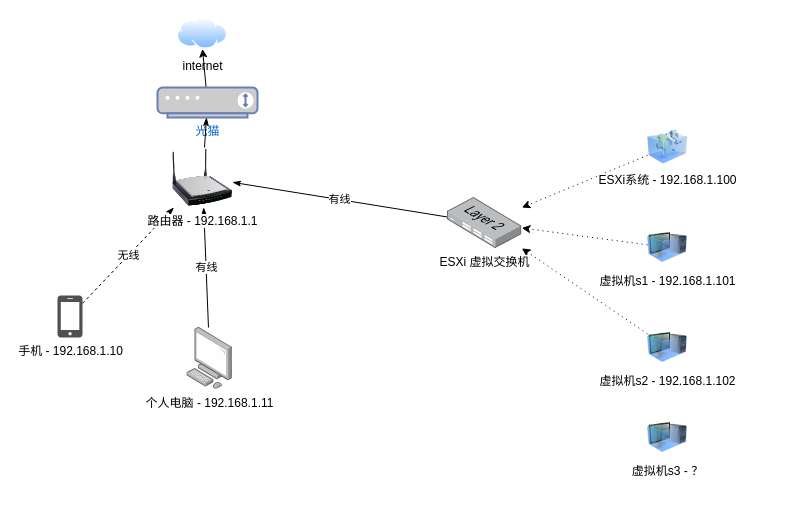
Above: home-network-topology-2.drawio in paranoid945/draw.io (draw.io), before the change. Source tidied: cells renumbered, new cells numbered last; positions are measured from the earlier drawing's top-left corner, leaving out a move shared by most shapes. Both pictures are drawn from the tidied source at 100%, with x=0, y=0 at pixel (57, 17).
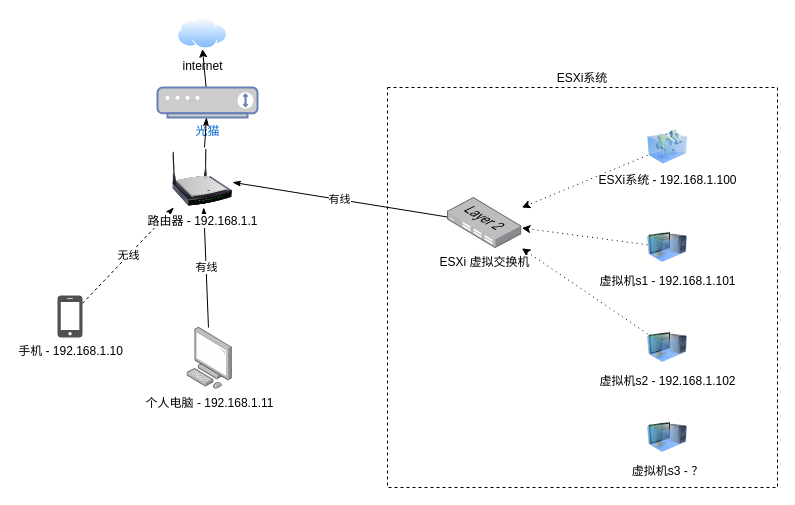
Above is the later version.

What changed in the source:
```diff
@@
+    <mxCell id="20" value="ESXi系统" style="rounded=0;whiteSpace=wrap;html=1;fillColor=none;dashed=1;labelPosition=center;verticalLabelPosition=top;align=center;verticalAlign=bottom;" parent="1" vertex="1">
+      <mxGeometry x="330" y="70" width="390" height="400" as="geometry" />
+    </mxCell>
```
